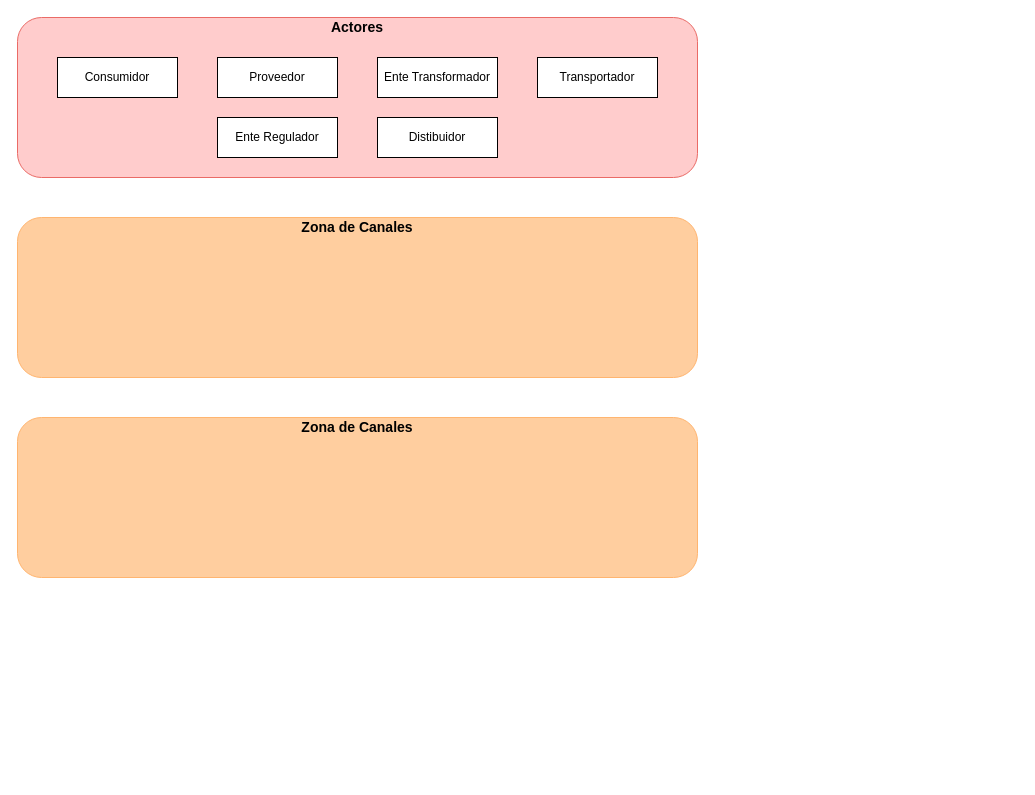
Before: Files/Arquitectura de Referencia.drawio in mateodevia/BlockChainTracebility, a draw.io diagram. Source tidied: cells renumbered, new cells numbered last; positions are measured from the earlier drawing's top-left corner, leaving out a move shared by most shapes. Both pictures are drawn from the tidied source at 100%, with x=0, y=0 at pixel (17, 17).
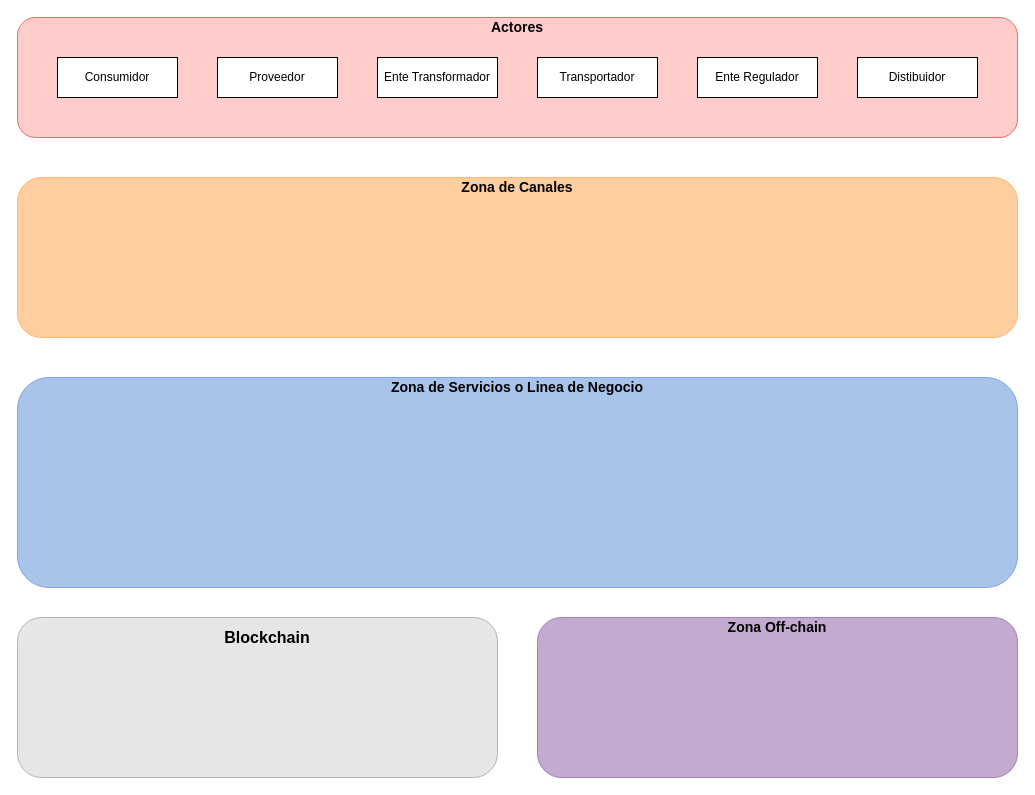
The same diagram, later.

Diff of the diagram source:
```diff
@@
 <mxGraphModel>
   <root>
     <mxCell id="0" />
     <mxCell id="1" parent="0" />
     <mxCell id="2" style="rounded=1;whiteSpace=wrap;html=1;fillColor=#FFCCCC;strokeColor=#EA6B66;" parent="1" vertex="1">
-      <mxGeometry width="680" height="160" as="geometry" />
+      <mxGeometry width="1000" height="120" as="geometry" />
     </mxCell>
     <mxCell id="3" value="&lt;b&gt;&lt;font style=&quot;font-size: 14px&quot;&gt;Actores&lt;/font&gt;&lt;/b&gt;" style="text;html=1;strokeColor=none;fillColor=none;align=center;verticalAlign=middle;whiteSpace=wrap;rounded=0;" parent="1" vertex="1">
-      <mxGeometry x="320" width="40" height="20" as="geometry" />
+      <mxGeometry x="480" width="40" height="20" as="geometry" />
     </mxCell>
     <mxCell id="4" value="Consumidor" style="rounded=0;whiteSpace=wrap;html=1;strokeColor=#000000;fillColor=#FFFFFF;" parent="1" vertex="1">
       <mxGeometry x="40" y="40" width="120" height="40" as="geometry" />
     </mxCell>
     <mxCell id="5" value="Proveedor" style="rounded=0;whiteSpace=wrap;html=1;strokeColor=#000000;fillColor=#FFFFFF;" parent="1" vertex="1">
       <mxGeometry x="200" y="40" width="120" height="40" as="geometry" />
     </mxCell>
     <mxCell id="6" value="Ente Transformador" style="rounded=0;whiteSpace=wrap;html=1;strokeColor=#000000;fillColor=#FFFFFF;" parent="1" vertex="1">
       <mxGeometry x="360" y="40" width="120" height="40" as="geometry" />
     </mxCell>
     <mxCell id="7" value="Transportador" style="rounded=0;whiteSpace=wrap;html=1;strokeColor=#000000;fillColor=#FFFFFF;" parent="1" vertex="1">
       <mxGeometry x="520" y="40" width="120" height="40" as="geometry" />
     </mxCell>
     <mxCell id="8" value="Ente Regulador" style="rounded=0;whiteSpace=wrap;html=1;strokeColor=#000000;fillColor=#FFFFFF;" parent="1" vertex="1">
-      <mxGeometry x="200" y="100" width="120" height="40" as="geometry" />
+      <mxGeometry x="680" y="40" width="120" height="40" as="geometry" />
     </mxCell>
     <mxCell id="9" value="Distibuidor" style="rounded=0;whiteSpace=wrap;html=1;strokeColor=#000000;fillColor=#FFFFFF;" parent="1" vertex="1">
-      <mxGeometry x="360" y="100" width="120" height="40" as="geometry" />
+      <mxGeometry x="840" y="40" width="120" height="40" as="geometry" />
     </mxCell>
     <mxCell id="10" style="rounded=1;whiteSpace=wrap;html=1;fillColor=#FFCE9F;strokeColor=#FFB570;" parent="1" vertex="1">
-      <mxGeometry y="200" width="680" height="160" as="geometry" />
+      <mxGeometry y="160" width="1000" height="160" as="geometry" />
     </mxCell>
     <mxCell id="11" value="&lt;font style=&quot;font-size: 14px&quot;&gt;&lt;b&gt;Zona de Canales&lt;/b&gt;&lt;/font&gt;" style="text;html=1;strokeColor=none;fillColor=none;align=center;verticalAlign=middle;whiteSpace=wrap;rounded=0;" parent="1" vertex="1">
-      <mxGeometry x="280" y="200" width="120" height="20" as="geometry" />
+      <mxGeometry x="440" y="160" width="120" height="20" as="geometry" />
     </mxCell>
-    <mxCell id="12" style="rounded=1;whiteSpace=wrap;html=1;fillColor=#FFCE9F;strokeColor=#FFB570;" parent="1" vertex="1">
-      <mxGeometry y="400" width="680" height="160" as="geometry" />
+    <mxCell id="12" style="rounded=1;whiteSpace=wrap;html=1;fillColor=#A9C4EB;strokeColor=#7EA6E0;" parent="1" vertex="1">
+      <mxGeometry y="360" width="1000" height="210" as="geometry" />
     </mxCell>
-    <mxCell id="13" value="&lt;font style=&quot;font-size: 14px&quot;&gt;&lt;b&gt;Zona de Canales&lt;/b&gt;&lt;/font&gt;" style="text;html=1;strokeColor=none;fillColor=none;align=center;verticalAlign=middle;whiteSpace=wrap;rounded=0;" parent="1" vertex="1">
-      <mxGeometry x="280" y="400" width="120" height="20" as="geometry" />
+    <mxCell id="13" value="&lt;font style=&quot;font-size: 14px&quot;&gt;&lt;b&gt;Zona de Servicios o Linea de Negocio&lt;/b&gt;&lt;/font&gt;" style="text;html=1;strokeColor=none;fillColor=none;align=center;verticalAlign=middle;whiteSpace=wrap;rounded=0;" parent="1" vertex="1">
+      <mxGeometry x="370" y="360" width="260" height="20" as="geometry" />
     </mxCell>
+    <mxCell id="14" style="rounded=1;whiteSpace=wrap;html=1;fillColor=#E6E6E6;strokeColor=#B3B3B3;" parent="1" vertex="1">
+      <mxGeometry y="600" width="480" height="160" as="geometry" />
+    </mxCell>
+    <mxCell id="15" style="rounded=1;whiteSpace=wrap;html=1;fillColor=#C3ABD0;strokeColor=#A680B8;" parent="1" vertex="1">
+      <mxGeometry x="520" y="600" width="480" height="160" as="geometry" />
+    </mxCell>
+    <mxCell id="16" value="&lt;b&gt;&lt;font size=&quot;3&quot;&gt;Blockchain&lt;/font&gt;&lt;/b&gt;" style="text;html=1;strokeColor=none;fillColor=none;align=center;verticalAlign=middle;whiteSpace=wrap;rounded=0;" parent="1" vertex="1">
+      <mxGeometry x="190" y="610" width="120" height="20" as="geometry" />
+    </mxCell>
+    <mxCell id="17" value="&lt;font style=&quot;font-size: 14px&quot;&gt;&lt;b&gt;Z&lt;/b&gt;&lt;/font&gt;&lt;font style=&quot;font-size: 14px&quot;&gt;&lt;b&gt;ona Off-chain&lt;/b&gt;&lt;br&gt;&lt;/font&gt;" style="text;html=1;strokeColor=none;fillColor=none;align=center;verticalAlign=middle;whiteSpace=wrap;rounded=0;" parent="1" vertex="1">
+      <mxGeometry x="700" y="600" width="120" height="20" as="geometry" />
+    </mxCell>
   </root>
 </mxGraphModel>
```
